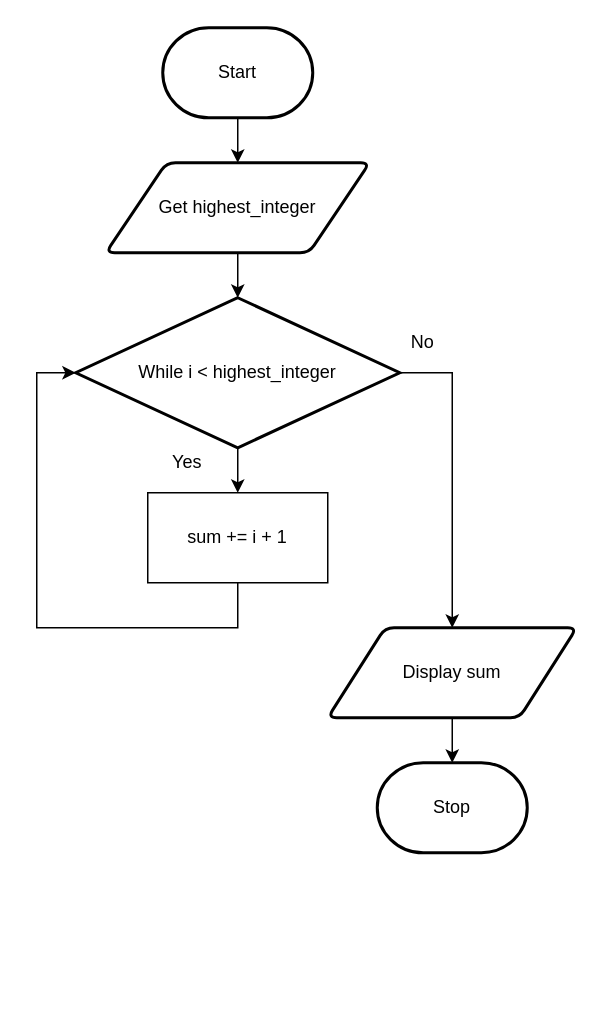
Earlier version of the draw.io diagram page "Flowchart" (2 of 2) of design.drawio (Samuel-Webster-178/ICS3U-Unit4-Unit4-01-Python). Source tidied: cells renumbered, new cells numbered last; positions are measured from the earlier drawing's top-left corner, leaving out a move shared by most shapes. Both pictures are drawn from the tidied source at 150%, with x=0, y=0 at pixel (36, 27).
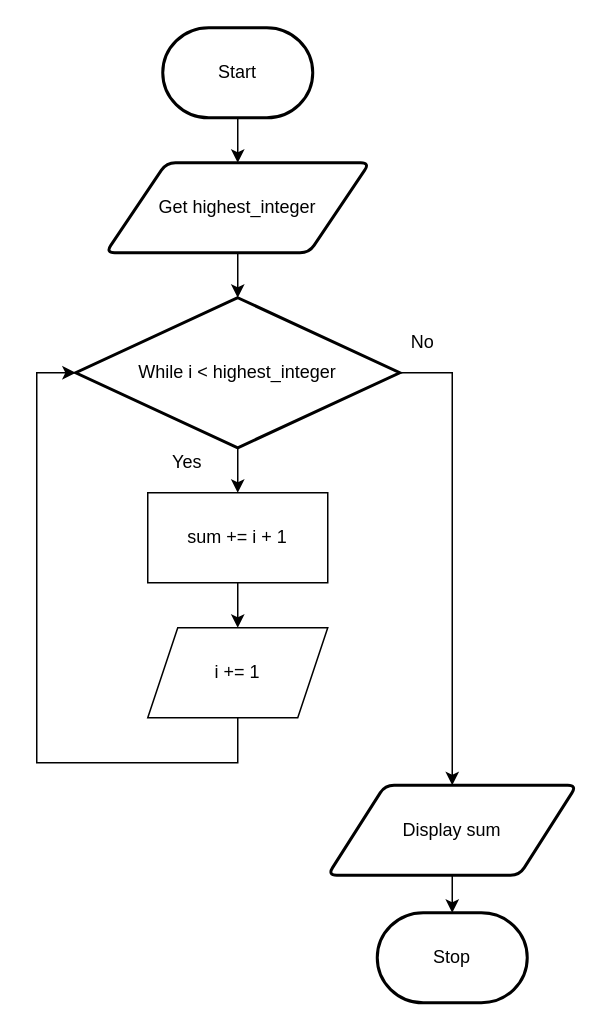
Above is the later version.

Unchanged cells that the change refers to:
```xml
<mxCell id="11" value="While i &amp;lt; highest_integer" style="strokeWidth=2;html=1;shape=mxgraph.flowchart.decision;whiteSpace=wrap;" parent="1" vertex="1">
  <mxGeometry x="26" y="180" width="216" height="100" as="geometry" />
</mxCell>
<mxCell id="13" value="sum += i + 1" style="rounded=0;whiteSpace=wrap;html=1;" parent="1" vertex="1">
  <mxGeometry x="74" y="310" width="120" height="60" as="geometry" />
</mxCell>
```

Change to the diagram source:
```diff
@@
     <mxCell id="7" value="Display sum" style="shape=parallelogram;html=1;strokeWidth=2;perimeter=parallelogramPerimeter;whiteSpace=wrap;rounded=1;arcSize=12;size=0.23;" parent="1" vertex="1">
-      <mxGeometry x="194" y="400" width="166" height="60" as="geometry" />
+      <mxGeometry x="194" y="505" width="166" height="60" as="geometry" />
     </mxCell>
     <mxCell id="8" value="Stop" style="strokeWidth=2;html=1;shape=mxgraph.flowchart.terminator;whiteSpace=wrap;" parent="1" vertex="1">
-      <mxGeometry x="227" y="490" width="100" height="60" as="geometry" />
+      <mxGeometry x="227" y="590" width="100" height="60" as="geometry" />
     </mxCell>
@@
-    <mxCell id="12" style="edgeStyle=orthogonalEdgeStyle;html=1;entryX=0;entryY=0.5;entryDx=0;entryDy=0;entryPerimeter=0;rounded=0;" parent="1" edge="1" source="13" target="11">
-      <mxGeometry relative="1" as="geometry">
-        <Array as="points">
-          <mxPoint x="134" y="400" />
-          <mxPoint y="400" />
-          <mxPoint y="230" />
-        </Array>
-      </mxGeometry>
-    </mxCell>
+    <mxCell id="16" style="edgeStyle=orthogonalEdgeStyle;rounded=0;html=1;" parent="1" edge="1" source="13" target="18">
+      <mxGeometry relative="1" as="geometry" />
+    </mxCell>
@@
+    <mxCell id="17" style="edgeStyle=orthogonalEdgeStyle;rounded=0;html=1;entryX=0;entryY=0.5;entryDx=0;entryDy=0;entryPerimeter=0;" parent="1" edge="1" source="18" target="11">
+      <mxGeometry relative="1" as="geometry">
+        <Array as="points">
+          <mxPoint x="134" y="490" />
+          <mxPoint y="490" />
+          <mxPoint y="230" />
+        </Array>
+      </mxGeometry>
+    </mxCell>
+    <mxCell id="18" value="i += 1" style="shape=parallelogram;perimeter=parallelogramPerimeter;whiteSpace=wrap;html=1;fixedSize=1;" parent="1" vertex="1">
+      <mxGeometry x="74" y="400" width="120" height="60" as="geometry" />
+    </mxCell>
```
